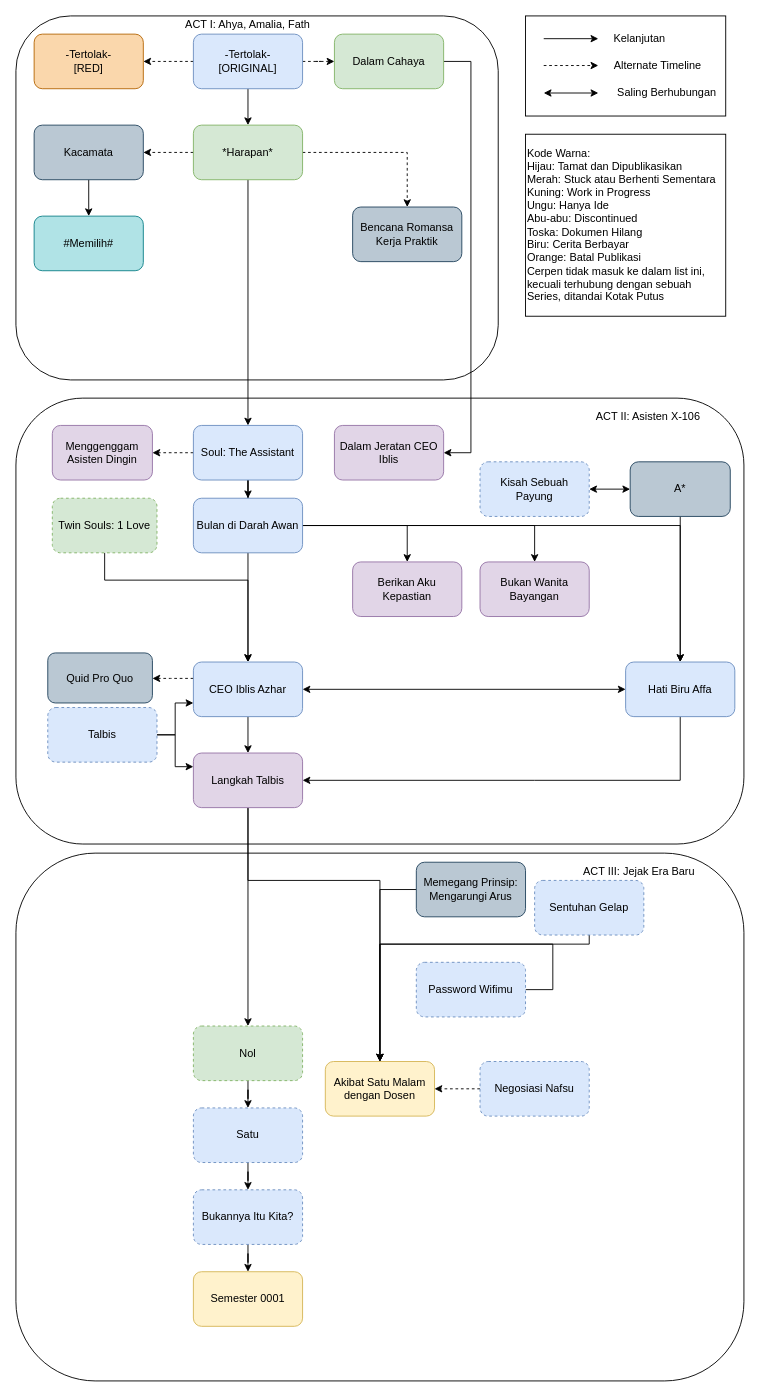
DaffaMage/affad-stories-diagram keeps this draw.io diagram as page "Affadverse" (1 of 3) of TimelineSeluruhCerita.drawio. Above is the earlier version. Source tidied: cells renumbered, new cells numbered last; positions are measured from the earlier drawing's top-left corner, leaving out a move shared by most shapes. Both pictures are drawn from the tidied source at 91%, with x=0, y=0 at pixel (15, 15).
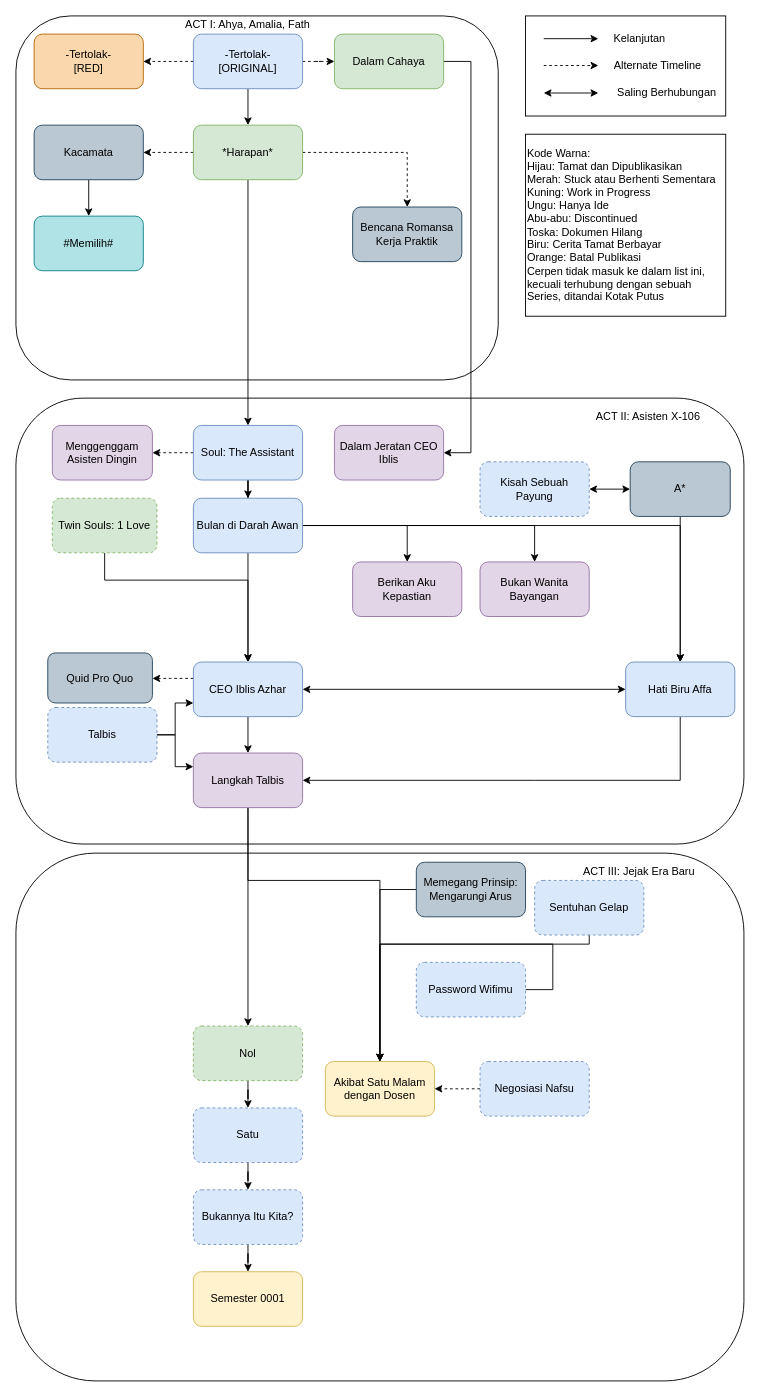
After the change.

Diff of the diagram source:
```diff
@@
-    <mxCell id="44" value="Kode Warna:&lt;br&gt;Hijau: Tamat dan Dipublikasikan&lt;br&gt;Merah: Stuck atau Berhenti Sementara&lt;br&gt;Kuning: Work in Progress&lt;br&gt;Ungu: Hanya Ide&lt;br&gt;Abu-abu: Discontinued&lt;br&gt;Toska: Dokumen Hilang&lt;br&gt;Biru: Cerita Berbayar&lt;br&gt;Orange: Batal Publikasi&lt;br&gt;Cerpen tidak masuk ke dalam list ini, kecuali terhubung dengan sebuah Series, ditandai Kotak Putus" style="rounded=0;whiteSpace=wrap;html=1;align=left;" parent="1" vertex="1">
+    <mxCell id="44" value="Kode Warna:&lt;br&gt;Hijau: Tamat dan Dipublikasikan&lt;br&gt;Merah: Stuck atau Berhenti Sementara&lt;br&gt;Kuning: Work in Progress&lt;br&gt;Ungu: Hanya Ide&lt;br&gt;Abu-abu: Discontinued&lt;br&gt;Toska: Dokumen Hilang&lt;br&gt;Biru: Cerita Tamat Berbayar&lt;br&gt;Orange: Batal Publikasi&lt;br&gt;Cerpen tidak masuk ke dalam list ini, kecuali terhubung dengan sebuah Series, ditandai Kotak Putus" style="rounded=0;whiteSpace=wrap;html=1;align=left;" parent="1" vertex="1">
       <mxGeometry x="560" y="130" width="220" height="200" as="geometry" />
     </mxCell>
```
